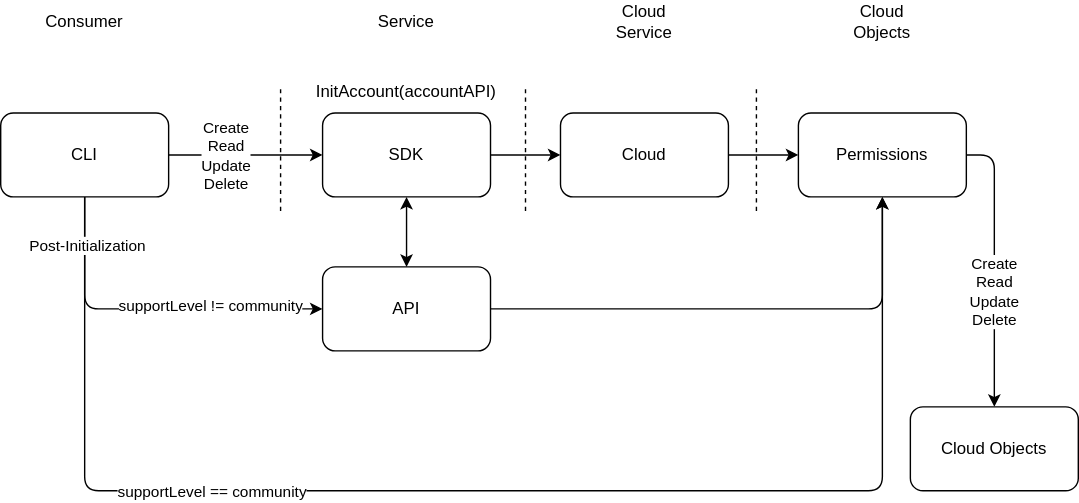
klearwave/documentation keeps this draw.io diagram as platform/design/init-account.drawio.svg. Above is the earlier version. Source tidied: cells renumbered, new cells last; positions are measured from the earlier drawing's top-left corner, leaving out a move shared by most shapes.
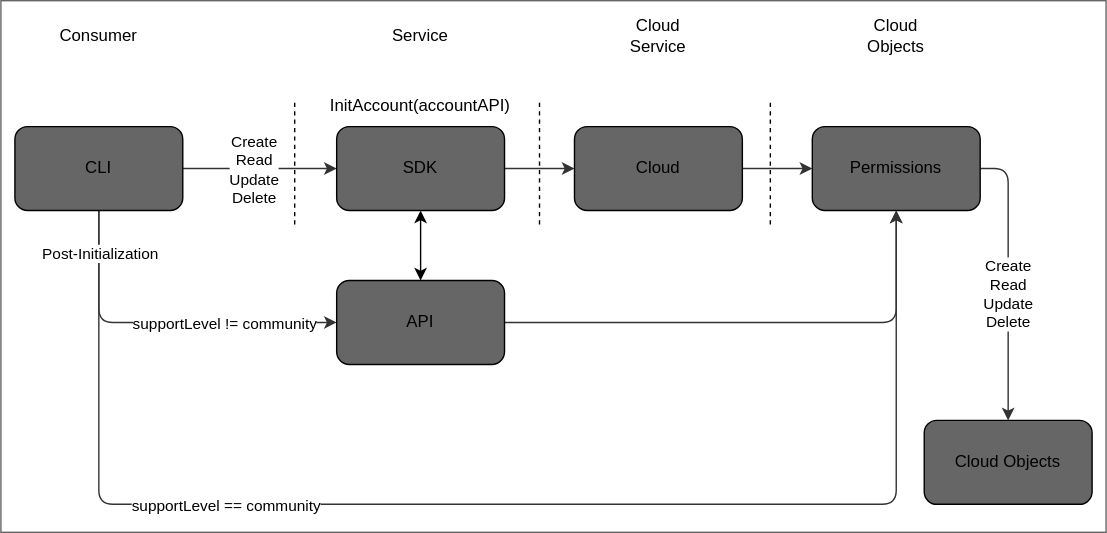
Later version of the same file.

Commit message:
docs: fix diagram for multi-color

What changed in the source:
```diff
@@ -2,7 +2,10 @@
   <root>
     <mxCell id="0" />
     <mxCell id="1" parent="0" />
+    <mxCell id="28" style="rounded=0;whiteSpace=wrap;html=1;fillColor=#FFFFFF;gradientColor=none;strokeColor=#666666;" parent="1" vertex="1">
+      <mxGeometry x="-10" y="-10" width="790" height="380" as="geometry" />
+    </mxCell>
-    <mxCell id="2" style="edgeStyle=orthogonalEdgeStyle;html=1;entryX=0;entryY=0.5;entryDx=0;entryDy=0;" parent="1" edge="1" source="9" target="13">
+    <mxCell id="2" style="edgeStyle=orthogonalEdgeStyle;html=1;entryX=0;entryY=0.5;entryDx=0;entryDy=0;strokeColor=#333333;fontColor=#000000;labelBackgroundColor=none;" parent="1" edge="1" source="9" target="13">
       <mxGeometry relative="1" as="geometry">
         <Array as="points">
           <mxPoint x="230" y="110" />
@@ -10,12 +13,12 @@
         </Array>
       </mxGeometry>
     </mxCell>
-    <mxCell id="3" value="Create&lt;br&gt;Read&lt;br&gt;Update&lt;br&gt;Delete" style="edgeLabel;html=1;align=center;verticalAlign=middle;" parent="2" vertex="1">
+    <mxCell id="3" value="&lt;font color=&quot;#000000&quot;&gt;Create&lt;br&gt;Read&lt;br&gt;Update&lt;br&gt;Delete&lt;/font&gt;" style="edgeLabel;html=1;align=center;verticalAlign=middle;labelBackgroundColor=#FFFFFF;" parent="2" vertex="1">
       <mxGeometry x="-0.13" relative="1" as="geometry">
-        <mxPoint x="-8" as="offset" />
+        <mxPoint x="2" as="offset" />
       </mxGeometry>
     </mxCell>
-    <mxCell id="4" style="edgeStyle=orthogonalEdgeStyle;html=1;entryX=0.5;entryY=1;entryDx=0;entryDy=0;" parent="1" edge="1" source="9" target="23">
+    <mxCell id="4" style="edgeStyle=orthogonalEdgeStyle;html=1;entryX=0.5;entryY=1;entryDx=0;entryDy=0;strokeColor=#333333;" parent="1" edge="1" source="9" target="23">
       <mxGeometry relative="1" as="geometry">
         <Array as="points">
           <mxPoint x="60" y="350" />
@@ -23,88 +26,90 @@
         </Array>
       </mxGeometry>
     </mxCell>
-    <mxCell id="5" value="supportLevel == community" style="edgeLabel;html=1;align=center;verticalAlign=middle;" parent="4" vertex="1">
+    <mxCell id="5" value="supportLevel == community" style="edgeLabel;html=1;align=center;verticalAlign=middle;labelBackgroundColor=#FFFFFF;fontColor=#000000;" parent="4" vertex="1">
       <mxGeometry x="-0.43" y="1" relative="1" as="geometry">
         <mxPoint x="17" y="1" as="offset" />
       </mxGeometry>
     </mxCell>
-    <mxCell id="6" style="edgeStyle=orthogonalEdgeStyle;html=1;entryX=0;entryY=0.5;entryDx=0;entryDy=0;startArrow=none;startFill=0;exitX=0.5;exitY=1;exitDx=0;exitDy=0;" parent="1" edge="1" source="9" target="26">
+    <mxCell id="6" style="edgeStyle=orthogonalEdgeStyle;html=1;entryX=0;entryY=0.5;entryDx=0;entryDy=0;startArrow=none;startFill=0;exitX=0.5;exitY=1;exitDx=0;exitDy=0;strokeColor=#333333;" parent="1" edge="1" source="9" target="26">
       <mxGeometry relative="1" as="geometry" />
     </mxCell>
-    <mxCell id="7" value="supportLevel != community" style="edgeLabel;html=1;align=center;verticalAlign=middle;" parent="6" vertex="1">
+    <mxCell id="7" value="supportLevel != community" style="edgeLabel;html=1;align=center;verticalAlign=middle;labelBackgroundColor=#FFFFFF;fontColor=#000000;" parent="6" vertex="1">
       <mxGeometry x="0.35" y="4" relative="1" as="geometry">
-        <mxPoint y="1" as="offset" />
+        <mxPoint y="4" as="offset" />
       </mxGeometry>
     </mxCell>
-    <mxCell id="8" value="Post-Initialization" style="edgeLabel;html=1;align=center;verticalAlign=middle;" parent="6" vertex="1">
-      <mxGeometry x="-0.73" y="1" relative="1" as="geometry" />
+    <mxCell id="8" value="Post-Initialization" style="edgeLabel;html=1;align=center;verticalAlign=middle;labelBackgroundColor=#FFFFFF;fontColor=#000000;" parent="6" vertex="1">
+      <mxGeometry x="-0.73" y="1" relative="1" as="geometry">
+        <mxPoint x="-1" y="-4" as="offset" />
+      </mxGeometry>
     </mxCell>
-    <mxCell id="9" value="CLI" style="rounded=1;whiteSpace=wrap;html=1;" parent="1" vertex="1">
+    <mxCell id="9" value="CLI" style="rounded=1;whiteSpace=wrap;html=1;fillColor=#666666;" parent="1" vertex="1">
       <mxGeometry y="80" width="120" height="60" as="geometry" />
     </mxCell>
-    <mxCell id="10" style="endArrow=none;dashed=1;html=1;" parent="1" edge="1">
+    <mxCell id="10" style="endArrow=none;dashed=1;html=1;fontColor=#000000;strokeColor=#000000;" parent="1" edge="1">
       <mxGeometry relative="1" as="geometry">
         <mxPoint x="200" y="150" as="sourcePoint" />
         <mxPoint x="200" y="60" as="targetPoint" />
       </mxGeometry>
     </mxCell>
-    <mxCell id="11" value="Consumer" style="text;html=1;strokeColor=none;fillColor=none;align=center;verticalAlign=middle;whiteSpace=wrap;rounded=0;" parent="1" vertex="1">
+    <mxCell id="11" value="Consumer" style="text;html=1;strokeColor=none;fillColor=none;align=center;verticalAlign=middle;whiteSpace=wrap;rounded=0;fontColor=#000000;" parent="1" vertex="1">
       <mxGeometry x="30" width="60" height="30" as="geometry" />
     </mxCell>
-    <mxCell id="12" style="edgeStyle=none;html=1;entryX=0;entryY=0.5;entryDx=0;entryDy=0;" parent="1" edge="1" source="13" target="17">
+    <mxCell id="12" style="edgeStyle=none;html=1;entryX=0;entryY=0.5;entryDx=0;entryDy=0;strokeColor=#333333;" parent="1" edge="1" source="13" target="17">
       <mxGeometry relative="1" as="geometry" />
     </mxCell>
-    <mxCell id="13" value="SDK" style="rounded=1;whiteSpace=wrap;html=1;" parent="1" vertex="1">
+    <mxCell id="13" value="SDK" style="rounded=1;whiteSpace=wrap;html=1;fillColor=#666666;" parent="1" vertex="1">
       <mxGeometry x="230" y="80" width="120" height="60" as="geometry" />
     </mxCell>
-    <mxCell id="14" style="endArrow=none;dashed=1;html=1;" parent="1" edge="1">
+    <mxCell id="14" style="endArrow=none;dashed=1;html=1;fontColor=#000000;strokeColor=#000000;" parent="1" edge="1">
       <mxGeometry relative="1" as="geometry">
         <mxPoint x="375" y="150" as="sourcePoint" />
         <mxPoint x="375" y="60" as="targetPoint" />
       </mxGeometry>
     </mxCell>
-    <mxCell id="15" value="Service" style="text;html=1;strokeColor=none;fillColor=none;align=center;verticalAlign=middle;whiteSpace=wrap;rounded=0;" parent="1" vertex="1">
+    <mxCell id="15" value="Service" style="text;html=1;strokeColor=none;fillColor=none;align=center;verticalAlign=middle;whiteSpace=wrap;rounded=0;fontColor=#000000;" parent="1" vertex="1">
       <mxGeometry x="260" width="60" height="30" as="geometry" />
     </mxCell>
-    <mxCell id="16" style="edgeStyle=orthogonalEdgeStyle;html=1;startArrow=none;startFill=0;endArrow=classic;endFill=1;" parent="1" edge="1" source="17" target="23">
+    <mxCell id="16" style="edgeStyle=orthogonalEdgeStyle;html=1;startArrow=none;startFill=0;endArrow=classic;endFill=1;strokeColor=#333333;" parent="1" edge="1" source="17" target="23">
       <mxGeometry relative="1" as="geometry" />
     </mxCell>
-    <mxCell id="17" value="Cloud" style="rounded=1;whiteSpace=wrap;html=1;" parent="1" vertex="1">
+    <mxCell id="17" value="Cloud" style="rounded=1;whiteSpace=wrap;html=1;fillColor=#666666;" parent="1" vertex="1">
       <mxGeometry x="400" y="80" width="120" height="60" as="geometry" />
     </mxCell>
-    <mxCell id="18" value="Cloud Service" style="text;html=1;strokeColor=none;fillColor=none;align=center;verticalAlign=middle;whiteSpace=wrap;rounded=0;" parent="1" vertex="1">
+    <mxCell id="18" value="Cloud Service" style="text;html=1;strokeColor=none;fillColor=none;align=center;verticalAlign=middle;whiteSpace=wrap;rounded=0;fontColor=#000000;" parent="1" vertex="1">
       <mxGeometry x="430" width="60" height="30" as="geometry" />
     </mxCell>
-    <mxCell id="19" value="InitAccount(accountAPI)" style="text;html=1;strokeColor=none;fillColor=none;align=center;verticalAlign=middle;whiteSpace=wrap;rounded=0;" parent="1" vertex="1">
+    <mxCell id="19" value="InitAccount(accountAPI)" style="text;html=1;strokeColor=none;fillColor=none;align=center;verticalAlign=middle;whiteSpace=wrap;rounded=0;fontColor=#000000;" parent="1" vertex="1">
       <mxGeometry x="200" y="50" width="180" height="30" as="geometry" />
     </mxCell>
-    <mxCell id="20" style="endArrow=none;dashed=1;html=1;" parent="1" edge="1">
+    <mxCell id="20" style="endArrow=none;dashed=1;html=1;fontColor=#000000;strokeColor=#000000;" parent="1" edge="1">
       <mxGeometry relative="1" as="geometry">
         <mxPoint x="540" y="150" as="sourcePoint" />
         <mxPoint x="540" y="60" as="targetPoint" />
       </mxGeometry>
     </mxCell>
-    <mxCell id="21" value="Cloud Objects" style="text;html=1;strokeColor=none;fillColor=none;align=center;verticalAlign=middle;whiteSpace=wrap;rounded=0;" parent="1" vertex="1">
+    <mxCell id="21" value="Cloud Objects" style="text;html=1;strokeColor=none;fillColor=none;align=center;verticalAlign=middle;whiteSpace=wrap;rounded=0;fontColor=#000000;" parent="1" vertex="1">
       <mxGeometry x="600" width="60" height="30" as="geometry" />
     </mxCell>
-    <mxCell id="22" value="Create&lt;br&gt;Read&lt;br&gt;Update&lt;br&gt;Delete" style="edgeStyle=orthogonalEdgeStyle;html=1;entryX=0.5;entryY=0;entryDx=0;entryDy=0;exitX=1;exitY=0.5;exitDx=0;exitDy=0;" parent="1" edge="1" source="23" target="27">
-      <mxGeometry x="0.18" relative="1" as="geometry" />
+    <mxCell id="22" value="Create&lt;br&gt;Read&lt;br&gt;Update&lt;br&gt;Delete" style="edgeStyle=orthogonalEdgeStyle;html=1;entryX=0.5;entryY=0;entryDx=0;entryDy=0;exitX=1;exitY=0.5;exitDx=0;exitDy=0;strokeColor=#333333;labelBackgroundColor=#FFFFFF;fontColor=#000000;" parent="1" edge="1" source="23" target="27">
+      <mxGeometry x="0.1" relative="1" as="geometry" />
     </mxCell>
-    <mxCell id="23" value="Permissions" style="rounded=1;whiteSpace=wrap;html=1;" parent="1" vertex="1">
+    <mxCell id="23" value="Permissions" style="rounded=1;whiteSpace=wrap;html=1;fillColor=#666666;" parent="1" vertex="1">
       <mxGeometry x="570" y="80" width="120" height="60" as="geometry" />
     </mxCell>
-    <mxCell id="24" style="edgeStyle=orthogonalEdgeStyle;html=1;entryX=0.5;entryY=1;entryDx=0;entryDy=0;startArrow=classic;startFill=1;" parent="1" edge="1" source="26" target="13">
+    <mxCell id="24" style="edgeStyle=orthogonalEdgeStyle;html=1;entryX=0.5;entryY=1;entryDx=0;entryDy=0;startArrow=classic;startFill=1;strokeColor=#000000;" parent="1" edge="1" source="26" target="13">
       <mxGeometry relative="1" as="geometry" />
     </mxCell>
-    <mxCell id="25" style="edgeStyle=orthogonalEdgeStyle;html=1;startArrow=none;startFill=0;" parent="1" edge="1" source="26">
+    <mxCell id="25" style="edgeStyle=orthogonalEdgeStyle;html=1;startArrow=none;startFill=0;strokeColor=#333333;" parent="1" edge="1" source="26">
       <mxGeometry relative="1" as="geometry">
         <mxPoint x="630" y="140" as="targetPoint" />
       </mxGeometry>
     </mxCell>
-    <mxCell id="26" value="API" style="rounded=1;whiteSpace=wrap;html=1;" parent="1" vertex="1">
+    <mxCell id="26" value="API" style="rounded=1;whiteSpace=wrap;html=1;fillColor=#666666;" parent="1" vertex="1">
       <mxGeometry x="230" y="190" width="120" height="60" as="geometry" />
     </mxCell>
-    <mxCell id="27" value="Cloud Objects" style="rounded=1;whiteSpace=wrap;html=1;" parent="1" vertex="1">
+    <mxCell id="27" value="Cloud Objects" style="rounded=1;whiteSpace=wrap;html=1;fillColor=#666666;" parent="1" vertex="1">
       <mxGeometry x="650" y="290" width="120" height="60" as="geometry" />
     </mxCell>
   </root>
```
